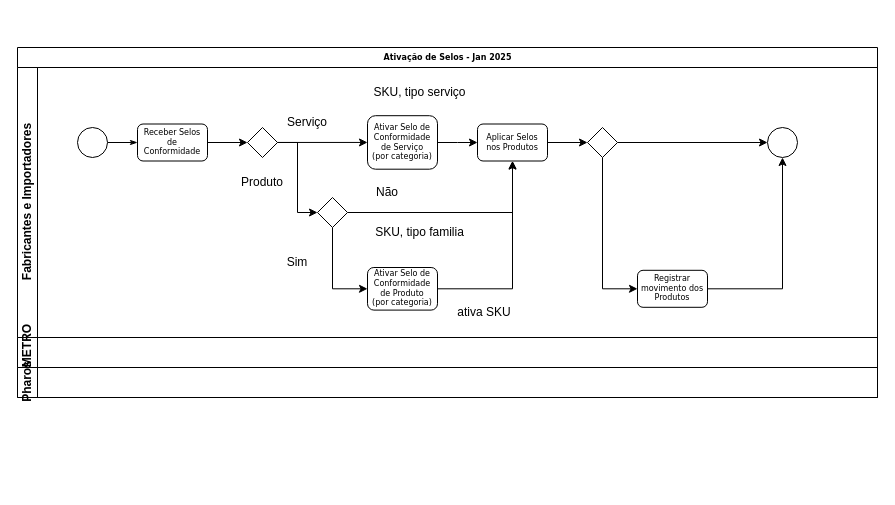
The draw.io diagram Ativação do Selo.drawio in pharos2018/pharos, before the edit. Source tidied: cells renumbered, new cells numbered last; positions are measured from the earlier drawing's top-left corner, leaving out a move shared by most shapes. Both pictures are drawn from the tidied source at 100%, with x=0, y=0 at pixel (17, 47).
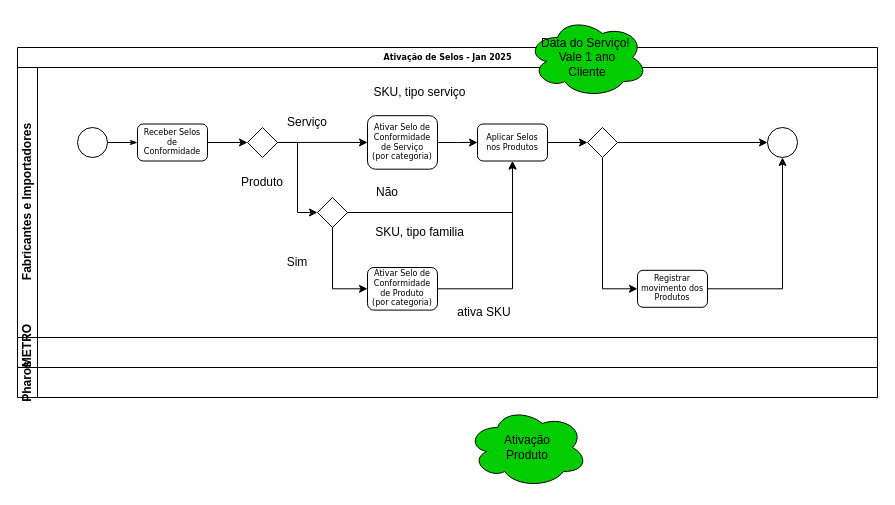
Above is the later version.

The edit, as a diff of the source:
```diff
@@
+    <mxCell id="35" value="Data do Serviço!&amp;nbsp;&lt;div&gt;Vale 1 ano&lt;br&gt;&lt;div&gt;Cliente&lt;/div&gt;&lt;/div&gt;" style="ellipse;shape=cloud;whiteSpace=wrap;html=1;fillColor=#00CC00;" parent="1" vertex="1">
+      <mxGeometry x="510" y="-30" width="120" height="80" as="geometry" />
+    </mxCell>
+    <mxCell id="36" value="Ativação &lt;br&gt;Produto" style="ellipse;shape=cloud;whiteSpace=wrap;html=1;fillColor=#00CC00;" parent="1" vertex="1">
+      <mxGeometry x="450" y="360" width="120" height="80" as="geometry" />
+    </mxCell>
```
